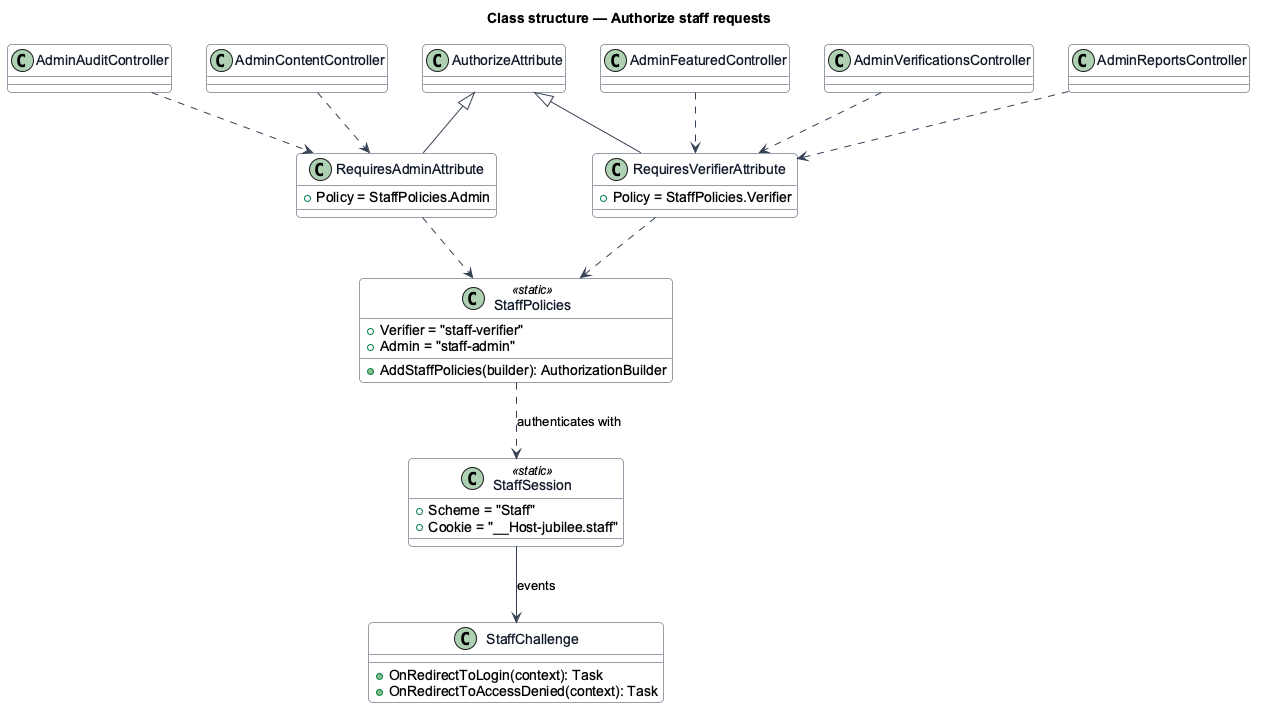
Earlier version of the PlantUML export docs/detailed-designs/security/authorize-staff-requests/diagrams/class-structure.png (QuinntyneBrown/jubilee).
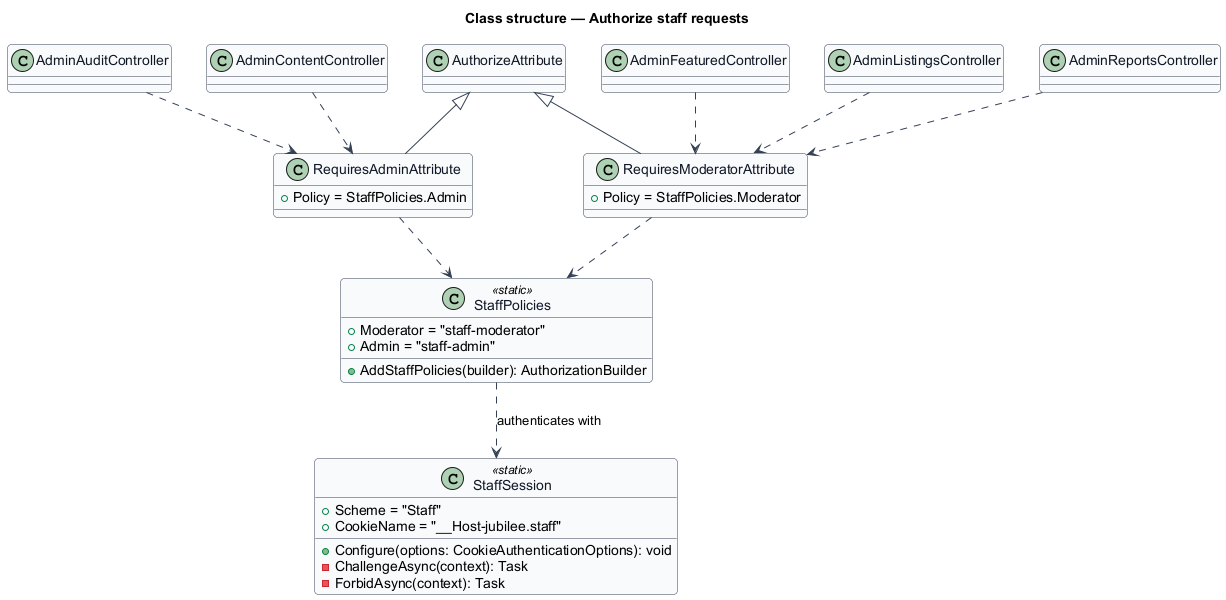
Later version of the same file.

The edit, as a diff of the source:
```diff
@@ -12,39 +12,37 @@
 title Class structure — Authorize staff requests
 
 class StaffPolicies <<static>> {
-  +Verifier = "staff-verifier"
+  +Moderator = "staff-moderator"
   +Admin = "staff-admin"
   +AddStaffPolicies(builder): AuthorizationBuilder
 }
 class StaffSession <<static>> {
   +Scheme = "Staff"
-  +Cookie = "__Host-jubilee.staff"
+  +CookieName = "__Host-jubilee.staff"
+  +Configure(options: CookieAuthenticationOptions): void
+  -ChallengeAsync(context): Task
+  -ForbidAsync(context): Task
 }
-class RequiresVerifierAttribute {
-  +Policy = StaffPolicies.Verifier
+class RequiresModeratorAttribute {
+  +Policy = StaffPolicies.Moderator
 }
 class RequiresAdminAttribute {
   +Policy = StaffPolicies.Admin
 }
 class AuthorizeAttribute
-class StaffChallenge {
-  +OnRedirectToLogin(context): Task
-  +OnRedirectToAccessDenied(context): Task
-}
-class AdminVerificationsController
+class AdminListingsController
 class AdminReportsController
 class AdminFeaturedController
 class AdminAuditController
 class AdminContentController
-AuthorizeAttribute <|-- RequiresVerifierAttribute
+AuthorizeAttribute <|-- RequiresModeratorAttribute
 AuthorizeAttribute <|-- RequiresAdminAttribute
-RequiresVerifierAttribute ..> StaffPolicies
+RequiresModeratorAttribute ..> StaffPolicies
 RequiresAdminAttribute ..> StaffPolicies
 StaffPolicies ..> StaffSession : authenticates with
-StaffSession --> StaffChallenge : events
-AdminVerificationsController ..> RequiresVerifierAttribute
-AdminReportsController ..> RequiresVerifierAttribute
-AdminFeaturedController ..> RequiresVerifierAttribute
+AdminListingsController ..> RequiresModeratorAttribute
+AdminReportsController ..> RequiresModeratorAttribute
+AdminFeaturedController ..> RequiresModeratorAttribute
 AdminAuditController ..> RequiresAdminAttribute
 AdminContentController ..> RequiresAdminAttribute
 @enduml
```
